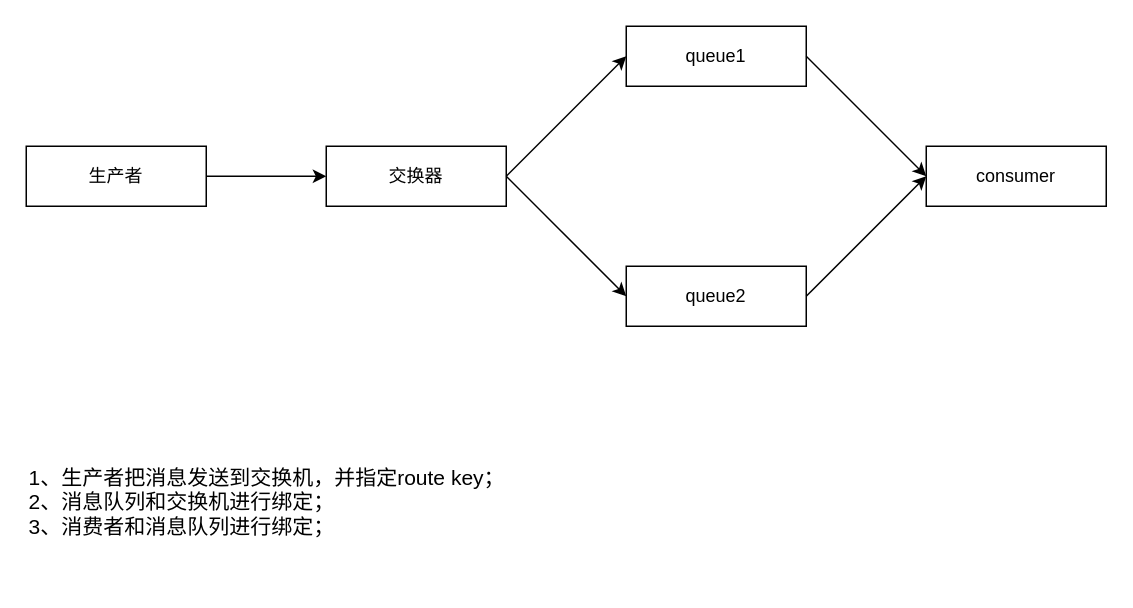
The draw.io diagram rabbitmq.drawio in chenrushui/draw, before the edit. Source tidied: cells renumbered, new cells numbered last; positions are measured from the earlier drawing's top-left corner, leaving out a move shared by most shapes. Both pictures are drawn from the tidied source at 150%, with x=0, y=0 at pixel (26, 26).
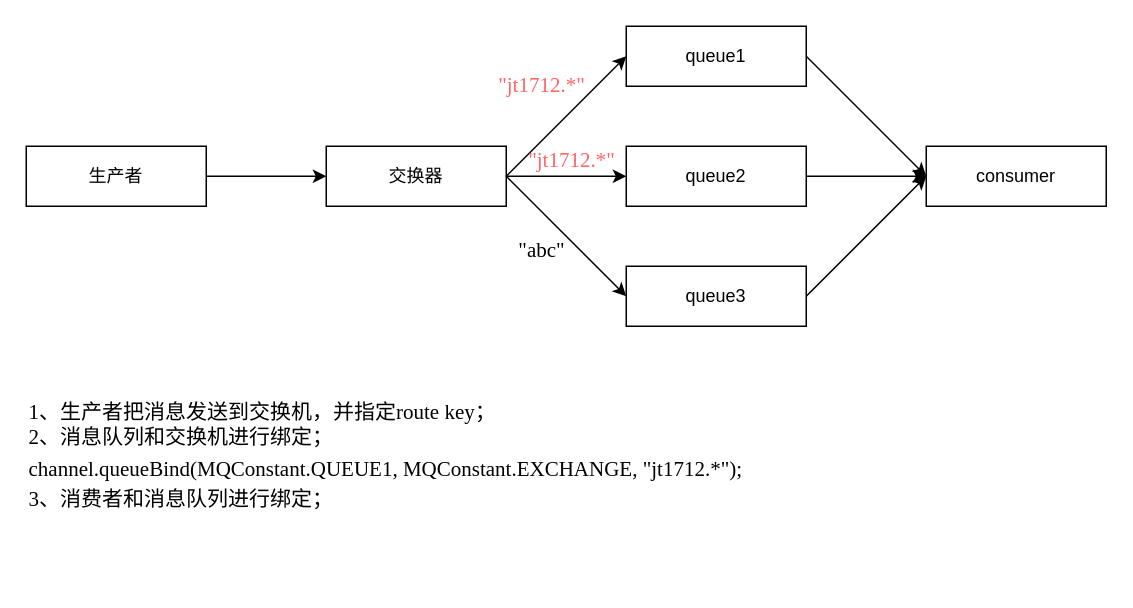
Above is the later version.

Unchanged cells that the change refers to:
```xml
<mxCell id="6" value="consumer" style="rounded=0;whiteSpace=wrap;html=1;" parent="1" vertex="1">
  <mxGeometry x="600" y="80" width="120" height="40" as="geometry" />
</mxCell>
```

Change to the diagram source:
```diff
@@
-    <mxCell id="5" value="queue2" style="rounded=0;whiteSpace=wrap;html=1;" parent="1" vertex="1">
+    <mxCell id="5" value="queue3" style="rounded=0;whiteSpace=wrap;html=1;" parent="1" vertex="1">
       <mxGeometry x="400" y="160" width="120" height="40" as="geometry" />
     </mxCell>
@@
-    <mxCell id="12" value="&lt;div style=&quot;white-space: pre-wrap ; line-height: 1.75 ; font-size: 14px&quot;&gt;&lt;br&gt;&lt;/div&gt;&lt;div style=&quot;white-space: pre-wrap ; line-height: 1.75 ; font-size: 14px&quot;&gt;&lt;br&gt;&lt;/div&gt;&lt;span style=&quot;font-size: 14px ; white-space: pre-wrap&quot;&gt;1、生产者把消息发送到交换机，并指定route key；&lt;br&gt;&lt;/span&gt;&lt;span style=&quot;font-size: 14px ; white-space: pre-wrap&quot;&gt;2、消息队列和交换机进行绑定；&lt;/span&gt;&lt;span style=&quot;font-size: 14px ; white-space: pre-wrap&quot;&gt;&lt;br&gt;3、消费者和消息队列进行绑定；&lt;/span&gt;&lt;div style=&quot;white-space: pre-wrap ; line-height: 1.75 ; font-size: 14px&quot;&gt;&lt;br&gt;&lt;/div&gt;" style="text;html=1;strokeColor=none;fillColor=none;align=left;verticalAlign=middle;whiteSpace=wrap;rounded=0;" parent="1" vertex="1">
-      <mxGeometry y="240" width="580" height="130" as="geometry" />
+    <mxCell id="12" value="&lt;div style=&quot;white-space: pre-wrap ; line-height: 1.75 ; font-size: 14px&quot;&gt;&lt;br&gt;&lt;/div&gt;&lt;div style=&quot;white-space: pre-wrap ; line-height: 1.75 ; font-size: 14px&quot;&gt;&lt;br&gt;&lt;/div&gt;&lt;span style=&quot;font-size: 14px ; white-space: pre-wrap&quot;&gt;1、生产者把消息发送到交换机，并指定route key；&lt;br&gt;&lt;/span&gt;&lt;span style=&quot;font-size: 14px ; white-space: pre-wrap&quot;&gt;2、消息队列和交换机进行绑定；&lt;br/&gt;&lt;/span&gt;&lt;div style=&quot;white-space: pre-wrap ; line-height: 1.75 ; font-size: 14px&quot;&gt;channel.queueBind(MQConstant.QUEUE1, MQConstant.EXCHANGE, &quot;jt1712.*&quot;);&lt;/div&gt;&lt;span style=&quot;font-size: 14px ; white-space: pre-wrap&quot;&gt;3、消费者和消息队列进行绑定；&lt;/span&gt;&lt;div style=&quot;white-space: pre-wrap ; line-height: 1.75 ; font-size: 14px&quot;&gt;&lt;br&gt;&lt;/div&gt;" style="text;html=1;strokeColor=none;fillColor=none;align=left;verticalAlign=middle;whiteSpace=wrap;rounded=0;fontFamily=Times New Roman;" parent="1" vertex="1">
+      <mxGeometry y="210" width="580" height="130" as="geometry" />
     </mxCell>
+    <mxCell id="13" value="&lt;span style=&quot;font-size: 14px ; text-align: left ; white-space: pre-wrap&quot;&gt;&quot;jt1712.*&quot;&lt;/span&gt;" style="text;html=1;strokeColor=none;fillColor=none;align=center;verticalAlign=middle;whiteSpace=wrap;rounded=0;fontFamily=Times New Roman;fontColor=#FF6666;" parent="1" vertex="1">
+      <mxGeometry x="324" y="30" width="40" height="20" as="geometry" />
+    </mxCell>
+    <mxCell id="14" value="&lt;span style=&quot;font-size: 14px ; text-align: left ; white-space: pre-wrap&quot;&gt;&quot;abc&quot;&lt;/span&gt;" style="text;html=1;strokeColor=none;fillColor=none;align=center;verticalAlign=middle;whiteSpace=wrap;rounded=0;fontFamily=Times New Roman;" parent="1" vertex="1">
+      <mxGeometry x="324" y="140" width="40" height="20" as="geometry" />
+    </mxCell>
+    <mxCell id="15" value="queue2" style="rounded=0;whiteSpace=wrap;html=1;" parent="1" vertex="1">
+      <mxGeometry x="400" y="80" width="120" height="40" as="geometry" />
+    </mxCell>
+    <mxCell id="16" value="&lt;span style=&quot;font-size: 14px ; text-align: left ; white-space: pre-wrap&quot;&gt;&quot;jt1712.*&quot;&lt;/span&gt;" style="text;html=1;strokeColor=none;fillColor=none;align=center;verticalAlign=middle;whiteSpace=wrap;rounded=0;fontFamily=Times New Roman;fontColor=#FF6666;" parent="1" vertex="1">
+      <mxGeometry x="344" y="80" width="40" height="20" as="geometry" />
+    </mxCell>
+    <mxCell id="17" style="endArrow=classic;html=1;fontFamily=Times New Roman;entryX=0;entryY=0.5;entryDx=0;entryDy=0;" parent="1" edge="1" target="15">
+      <mxGeometry relative="1" as="geometry">
+        <mxPoint x="320" y="100" as="sourcePoint" />
+      </mxGeometry>
+    </mxCell>
+    <mxCell id="18" style="endArrow=classic;html=1;fontFamily=Times New Roman;fontColor=#FF6666;entryX=0;entryY=0.5;entryDx=0;entryDy=0;" parent="1" edge="1" target="6">
+      <mxGeometry relative="1" as="geometry">
+        <mxPoint x="520" y="100" as="sourcePoint" />
+      </mxGeometry>
+    </mxCell>
```
